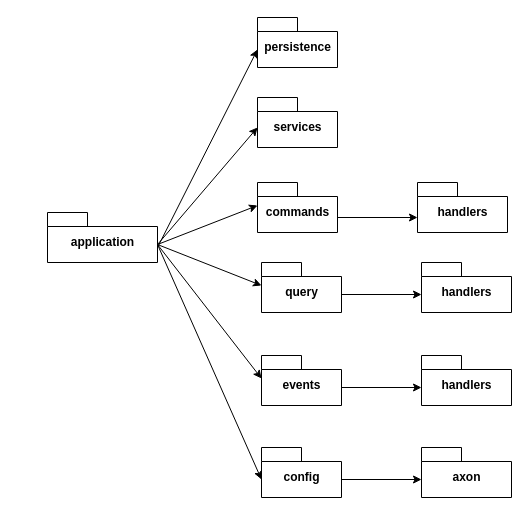
Before: packageStructureApplication.drawio in fusionswap/graphs, a draw.io diagram. Source tidied: cells renumbered, new cells numbered last; positions are measured from the earlier drawing's top-left corner, leaving out a move shared by most shapes. Both pictures are drawn from the tidied source at 100%, with x=0, y=0 at pixel (47, 17).
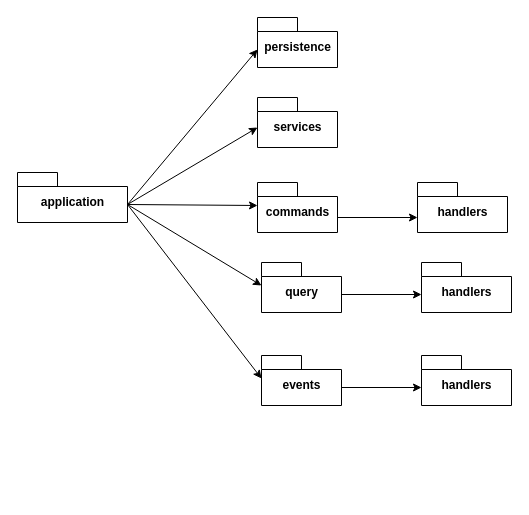
Above is the later version.

The change refers to these unchanged cells:
```xml
<mxCell id="17" value="persistence&lt;br&gt;" style="shape=folder;fontStyle=1;spacingTop=10;tabWidth=40;tabHeight=14;tabPosition=left;html=1;" parent="1" vertex="1">
  <mxGeometry x="210" width="80" height="50" as="geometry" />
</mxCell>
```

Change to the diagram source:
```diff
@@
     <mxCell id="2" value="application&lt;br&gt;" style="shape=folder;fontStyle=1;spacingTop=10;tabWidth=40;tabHeight=14;tabPosition=left;html=1;" parent="1" vertex="1">
-      <mxGeometry y="195" width="110" height="50" as="geometry" />
+      <mxGeometry x="-30" y="155" width="110" height="50" as="geometry" />
     </mxCell>
@@
-    <mxCell id="18" value="config&lt;br&gt;" style="shape=folder;fontStyle=1;spacingTop=10;tabWidth=40;tabHeight=14;tabPosition=left;html=1;" parent="1" vertex="1">
-      <mxGeometry x="214" y="430" width="80" height="50" as="geometry" />
-    </mxCell>
-    <mxCell id="19" value="axon&lt;br&gt;" style="shape=folder;fontStyle=1;spacingTop=10;tabWidth=40;tabHeight=14;tabPosition=left;html=1;" parent="1" vertex="1">
-      <mxGeometry x="374" y="430" width="90" height="50" as="geometry" />
-    </mxCell>
-    <mxCell id="20" style="endArrow=classic;html=1;entryX=0;entryY=0;entryDx=0;entryDy=32;entryPerimeter=0;exitX=0;exitY=0;exitDx=80;exitDy=32;exitPerimeter=0;" parent="1" edge="1" source="18" target="19">
-      <mxGeometry relative="1" as="geometry" />
-    </mxCell>
-    <mxCell id="21" style="endArrow=classic;html=1;entryX=0;entryY=0;entryDx=0;entryDy=32;entryPerimeter=0;" parent="1" edge="1" target="17">
-      <mxGeometry relative="1" as="geometry">
-        <mxPoint x="110" y="230" as="sourcePoint" />
-      </mxGeometry>
+    <mxCell id="21" style="endArrow=classic;html=1;entryX=0;entryY=0;entryDx=0;entryDy=32;entryPerimeter=0;exitX=0;exitY=0;exitDx=110;exitDy=32;exitPerimeter=0;" parent="1" edge="1" source="2" target="17">
+      <mxGeometry relative="1" as="geometry" />
     </mxCell>
-    <mxCell id="22" style="endArrow=classic;html=1;entryX=0;entryY=0;entryDx=0;entryDy=32;entryPerimeter=0;exitX=0;exitY=0;exitDx=110;exitDy=32;exitPerimeter=0;" parent="1" edge="1" source="2" target="18">
-      <mxGeometry relative="1" as="geometry" />
-    </mxCell>
```
